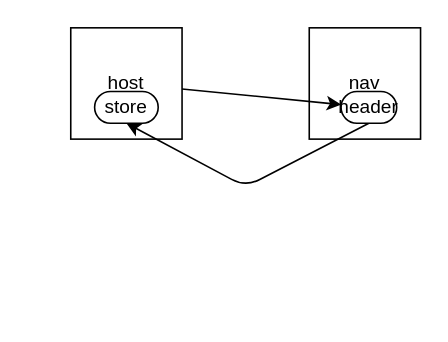
Before: architecture.dio in amarpreetbhatia/mfe-context-example, a draw.io diagram. Source tidied: cells renumbered, new cells numbered last; positions are measured from the earlier drawing's top-left corner, leaving out a move shared by most shapes. Both pictures are drawn from the tidied source at 159%, with x=0, y=0 at pixel (70, 27).
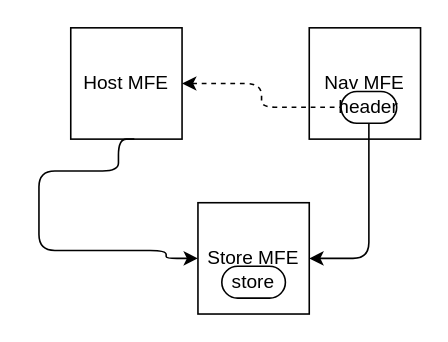
Above is the later version.

Commit message:
update architecture flow

Change to the diagram source:
```diff
@@
 <mxGraphModel>
   <root>
     <mxCell id="0" />
     <mxCell id="1" parent="0" />
+    <mxCell id="8" value="Store MFE" style="whiteSpace=wrap;html=1;" parent="1" vertex="1">
+      <mxGeometry x="80" y="110" width="70" height="70" as="geometry" />
+    </mxCell>
-    <mxCell id="2" value="host" style="whiteSpace=wrap;html=1;" parent="1" vertex="1">
+    <mxCell id="2" value="Host MFE" style="whiteSpace=wrap;html=1;" parent="1" vertex="1">
       <mxGeometry width="70" height="70" as="geometry" />
     </mxCell>
-    <mxCell id="3" value="nav" style="whiteSpace=wrap;html=1;" parent="1" vertex="1">
+    <mxCell id="3" value="Nav MFE" style="whiteSpace=wrap;html=1;" parent="1" vertex="1">
       <mxGeometry x="150" width="70" height="70" as="geometry" />
     </mxCell>
-    <mxCell id="4" style="edgeStyle=none;html=1;exitX=0.5;exitY=1;exitDx=0;exitDy=0;entryX=0.5;entryY=1;entryDx=0;entryDy=0;" parent="1" edge="1" source="6" target="5">
-      <mxGeometry relative="1" as="geometry">
-        <Array as="points">
-          <mxPoint x="110" y="100" />
-        </Array>
-      </mxGeometry>
+    <mxCell id="4" style="edgeStyle=orthogonalEdgeStyle;html=1;exitX=0.5;exitY=1;exitDx=0;exitDy=0;entryX=1;entryY=0.5;entryDx=0;entryDy=0;" parent="1" edge="1" source="6" target="8">
+      <mxGeometry relative="1" as="geometry" />
     </mxCell>
     <mxCell id="5" value="store" style="rounded=1;whiteSpace=wrap;html=1;arcSize=50;" parent="1" vertex="1">
-      <mxGeometry x="15" y="40" width="40" height="20" as="geometry" />
+      <mxGeometry x="95" y="150" width="40" height="20" as="geometry" />
     </mxCell>
     <mxCell id="6" value="header" style="rounded=1;whiteSpace=wrap;html=1;arcSize=50;" parent="1" vertex="1">
       <mxGeometry x="170" y="40" width="35" height="20" as="geometry" />
     </mxCell>
-    <mxCell id="7" style="edgeStyle=none;html=1;" parent="1" edge="1" source="2" target="6">
+    <mxCell id="7" style="edgeStyle=orthogonalEdgeStyle;html=1;dashed=1;startArrow=classic;startFill=1;endArrow=none;endFill=0;" parent="1" edge="1" source="2" target="6">
       <mxGeometry relative="1" as="geometry" />
     </mxCell>
+    <mxCell id="9" style="edgeStyle=orthogonalEdgeStyle;html=1;entryX=0;entryY=0.5;entryDx=0;entryDy=0;" parent="1" edge="1" target="8">
+      <mxGeometry relative="1" as="geometry">
+        <mxPoint x="40" y="70" as="sourcePoint" />
+        <Array as="points">
+          <mxPoint x="30" y="70" />
+          <mxPoint x="30" y="90" />
+          <mxPoint x="-20" y="90" />
+          <mxPoint x="-20" y="140" />
+          <mxPoint x="60" y="140" />
+          <mxPoint x="60" y="145" />
+        </Array>
+      </mxGeometry>
+    </mxCell>
   </root>
 </mxGraphModel>
```
